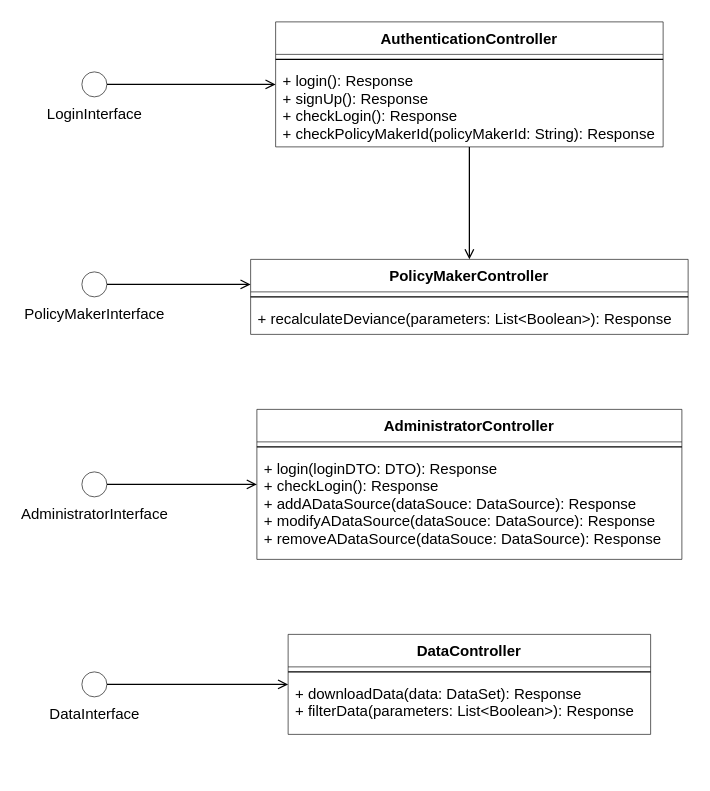
Before: page "ComponentInterfaceAdministrator" (2 of 2) of DD Diagrams/ComponentInterfaces.drawio in matteovisotto/SE2-CecchettoSirianiVisotto, a draw.io diagram. Source tidied: cells renumbered, new cells numbered last; positions are measured from the earlier drawing's top-left corner, leaving out a move shared by most shapes. Both pictures are drawn from the tidied source at 125%, with x=0, y=0 at pixel (81, 21).
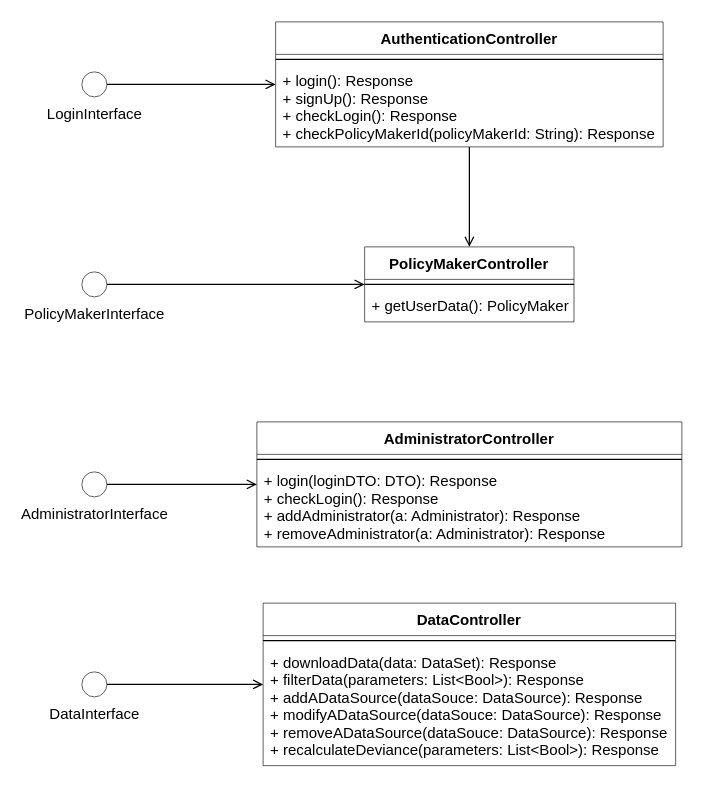
Above is the later version.

Commit message (it also covers changes not shown here):
Fix ComponentInterfaces and add different runtime view.

Unchanged cells that the change refers to:
```xml
<mxCell id="3" value="PolicyMakerInterface" style="verticalLabelPosition=bottom;verticalAlign=top;html=1;shape=mxgraph.flowchart.on-page_reference;strokeWidth=0.5;" parent="1" vertex="1">
  <mxGeometry y="200" width="20" height="20" as="geometry" />
</mxCell>
```

The edit, as a diff of the source:
```diff
@@
     <mxCell id="2" style="edgeStyle=orthogonalEdgeStyle;rounded=0;jettySize=auto;html=1;endArrow=open;endFill=0;" parent="1" edge="1" source="3" target="13">
-      <mxGeometry relative="1" as="geometry">
-        <Array as="points">
-          <mxPoint x="420" y="210" />
-          <mxPoint x="420" y="210" />
-        </Array>
-      </mxGeometry>
+      <mxGeometry relative="1" as="geometry" />
     </mxCell>
@@
     <mxCell id="10" value="AdministratorController" style="swimlane;fontStyle=1;align=center;verticalAlign=top;horizontal=1;startSize=26;strokeWidth=0.5;" parent="1" vertex="1">
-      <mxGeometry x="140" y="310" width="340" height="120" as="geometry" />
+      <mxGeometry x="140" y="320" width="340" height="100" as="geometry" />
     </mxCell>
@@
-    <mxCell id="12" value="+ login(loginDTO: DTO): Response&#10;+ checkLogin(): Response&#10;+ addADataSource(dataSouce: DataSource): Response&#10;+ modifyADataSource(dataSouce: DataSource): Response&#10;+ removeADataSource(dataSouce: DataSource): Response" style="text;strokeColor=none;fillColor=none;align=left;verticalAlign=top;spacingLeft=4;spacingRight=4;overflow=hidden;" parent="10" vertex="1">
-      <mxGeometry y="34" width="340" height="86" as="geometry" />
+    <mxCell id="12" value="+ login(loginDTO: DTO): Response&#10;+ checkLogin(): Response&#10;+ addAdministrator(a: Administrator): Response&#10;+ removeAdministrator(a: Administrator): Response" style="text;strokeColor=none;fillColor=none;align=left;verticalAlign=top;spacingLeft=4;spacingRight=4;overflow=hidden;" parent="10" vertex="1">
+      <mxGeometry y="34" width="340" height="66" as="geometry" />
     </mxCell>
     <mxCell id="13" value="PolicyMakerController" style="swimlane;fontStyle=1;align=center;verticalAlign=top;horizontal=1;startSize=26;strokeWidth=0.5;" parent="1" vertex="1">
-      <mxGeometry x="135" y="190" width="350" height="60" as="geometry" />
+      <mxGeometry x="226.2" y="180" width="167.5" height="60" as="geometry" />
     </mxCell>
     <mxCell id="14" style="line;strokeWidth=1;fillColor=none;align=left;verticalAlign=middle;spacingTop=-1;spacingLeft=3;spacingRight=3;labelPosition=right;" parent="13" vertex="1">
-      <mxGeometry y="26" width="350" height="8" as="geometry" />
+      <mxGeometry y="26" width="167.5" height="8" as="geometry" />
     </mxCell>
-    <mxCell id="15" value="+ recalculateDeviance(parameters: List&lt;Boolean&gt;): Response" style="text;strokeColor=none;fillColor=none;align=left;verticalAlign=top;spacingLeft=4;spacingRight=4;overflow=hidden;" parent="13" vertex="1">
-      <mxGeometry y="34" width="350" height="26" as="geometry" />
+    <mxCell id="15" value="+ getUserData(): PolicyMaker" style="text;strokeColor=none;fillColor=none;align=left;verticalAlign=top;spacingLeft=4;spacingRight=4;overflow=hidden;" parent="13" vertex="1">
+      <mxGeometry y="34" width="167.5" height="26" as="geometry" />
     </mxCell>
     <mxCell id="16" value="DataController" style="swimlane;fontStyle=1;align=center;verticalAlign=top;horizontal=1;startSize=26;strokeWidth=0.5;" parent="1" vertex="1">
-      <mxGeometry x="165" y="490" width="290" height="80" as="geometry" />
+      <mxGeometry x="145" y="465" width="330" height="130" as="geometry" />
     </mxCell>
     <mxCell id="17" style="line;strokeWidth=1;fillColor=none;align=left;verticalAlign=middle;spacingTop=-1;spacingLeft=3;spacingRight=3;labelPosition=right;" parent="16" vertex="1">
-      <mxGeometry y="26" width="290" height="8" as="geometry" />
+      <mxGeometry y="26" width="330" height="8" as="geometry" />
     </mxCell>
-    <mxCell id="18" value="+ downloadData(data: DataSet): Response&#10;+ filterData(parameters: List&lt;Boolean&gt;): Response" style="text;strokeColor=none;fillColor=none;align=left;verticalAlign=top;spacingLeft=4;spacingRight=4;overflow=hidden;" parent="16" vertex="1">
-      <mxGeometry y="34" width="290" height="46" as="geometry" />
+    <mxCell id="18" value="+ downloadData(data: DataSet): Response&#10;+ filterData(parameters: List&lt;Bool&gt;): Response&#10;+ addADataSource(dataSouce: DataSource): Response&#10;+ modifyADataSource(dataSouce: DataSource): Response&#10;+ removeADataSource(dataSouce: DataSource): Response&#10;+ recalculateDeviance(parameters: List&lt;Bool&gt;): Response&#10;" style="text;strokeColor=none;fillColor=none;align=left;verticalAlign=top;spacingLeft=4;spacingRight=4;overflow=hidden;" parent="16" vertex="1">
+      <mxGeometry y="34" width="330" height="96" as="geometry" />
     </mxCell>
```
